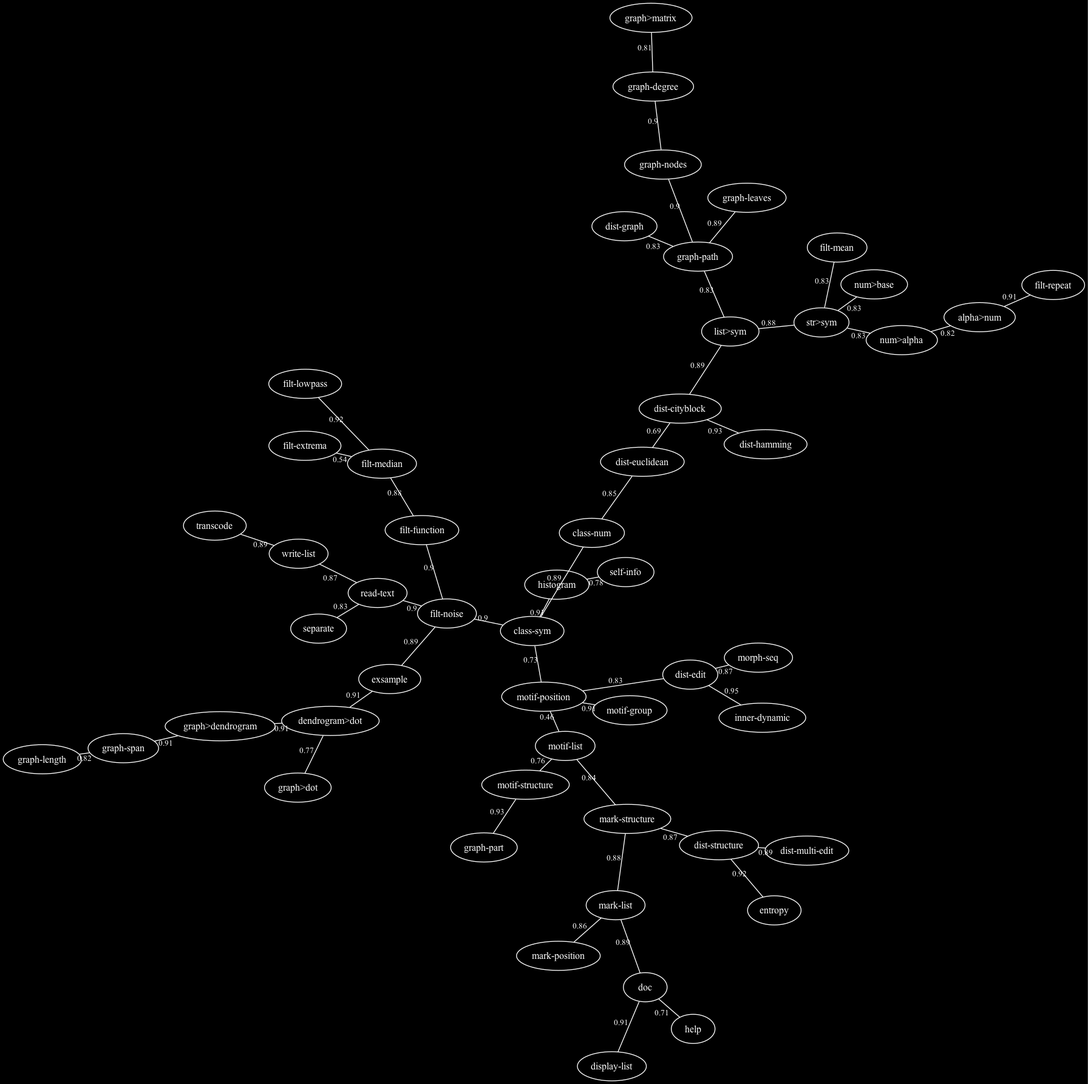
Earlier version of the Graphviz export doc/pictures/refrains-docstrings.png (FredVoisin/refrains). Its source is kept beside it as doc/pictures/refrains-docstrings.dot.
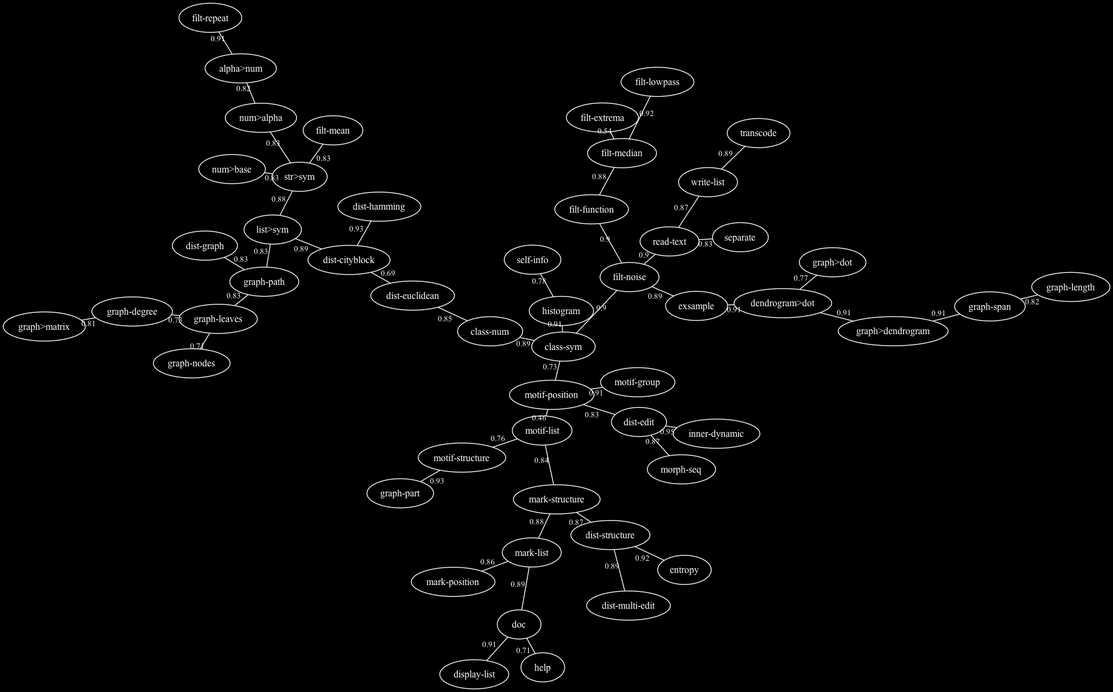
After the commit.

Change to the diagram source:
```diff
@@ -1,5 +1,5 @@
 graph "refrains-docstrings" {
-/* generated with refrains:graph>dot, 24 Oct 2026 20:20:20 */
+/* generated with refrains:graph>dot, 24 Oct 2026 21:02:37 */
  graph [overlap="false", sep="+4"];
  graph [bgcolor=black];
  node [shape="ellipse", font=Helvetica, fontsize=12, color=white, fontcolor=white];
@@ -8,7 +8,9 @@
  "filt-extrema" -- "filt-median" [w=1, len=0.540000, label="0.54"];
  "dist-cityblock" -- "dist-euclidean" [w=1, len=0.690000, label="0.69"];
  "doc" -- "help" [w=1, len=0.710000, label="0.71"];
+ "graph-leaves" -- "graph-nodes" [w=1, len=0.710000, label="0.71"];
  "class-sym" -- "motif-position" [w=1, len=0.730000, label="0.73"];
+ "graph-degree" -- "graph-leaves" [w=1, len=0.730000, label="0.73"];
  "motif-list" -- "motif-structure" [w=1, len=0.760000, label="0.76"];
  "dendrogram>dot" -- "graph>dot" [w=1, len=0.770000, label="0.77"];
  "histogram" -- "self-info" [w=1, len=0.780000, label="0.78"];
@@ -18,6 +20,7 @@
  "dist-edit" -- "motif-position" [w=1, len=0.830000, label="0.83"];
  "dist-graph" -- "graph-path" [w=1, len=0.830000, label="0.83"];
  "filt-mean" -- "str>sym" [w=1, len=0.830000, label="0.83"];
+ "graph-leaves" -- "graph-path" [w=1, len=0.830000, label="0.83"];
  "graph-path" -- "list>sym" [w=1, len=0.830000, label="0.83"];
  "num>alpha" -- "str>sym" [w=1, len=0.830000, label="0.83"];
  "num>base" -- "str>sym" [w=1, len=0.830000, label="0.83"];
@@ -36,13 +39,10 @@
  "dist-multi-edit" -- "dist-structure" [w=1, len=0.890000, label="0.89"];
  "doc" -- "mark-list" [w=1, len=0.890000, label="0.89"];
  "exsample" -- "filt-noise" [w=1, len=0.890000, label="0.89"];
- "graph-leaves" -- "graph-path" [w=1, len=0.890000, label="0.89"];
  "transcode" -- "write-list" [w=1, len=0.890000, label="0.89"];
  "class-sym" -- "filt-noise" [w=1, len=0.900000, label="0.9"];
  "filt-function" -- "filt-noise" [w=1, len=0.900000, label="0.9"];
  "filt-noise" -- "read-text" [w=1, len=0.900000, label="0.9"];
- "graph-degree" -- "graph-nodes" [w=1, len=0.900000, label="0.9"];
- "graph-nodes" -- "graph-path" [w=1, len=0.900000, label="0.9"];
  "alpha>num" -- "filt-repeat" [w=1, len=0.910000, label="0.91"];
  "class-sym" -- "histogram" [w=1, len=0.910000, label="0.91"];
  "dendrogram>dot" -- "exsample" [w=1, len=0.910000, label="0.91"];
```
